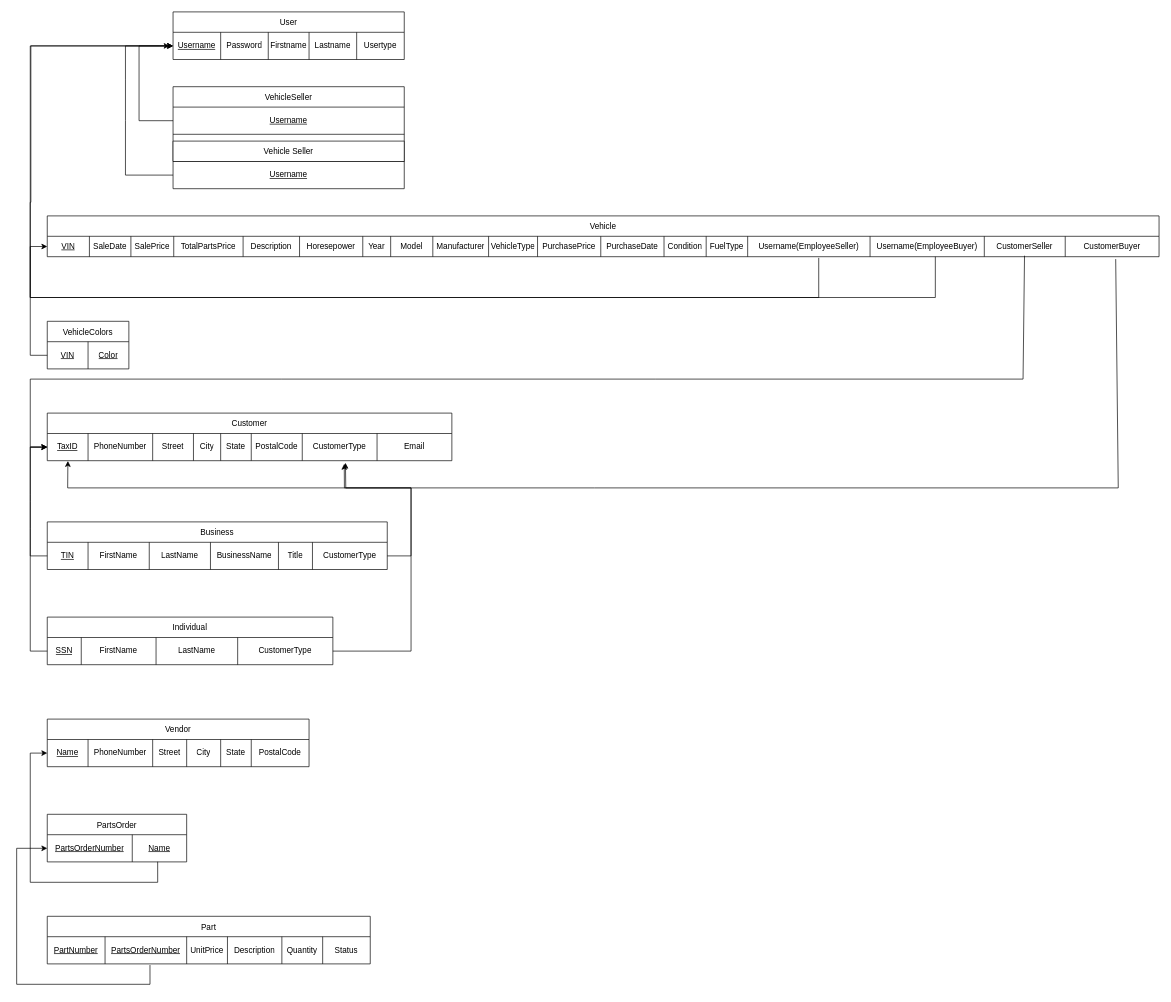
rkang427/autodb keeps this draw.io diagram as Phase_2/team006_p2_eer2rel.drawio. Above is the earlier version. Source tidied: cells renumbered, new cells numbered last; positions are measured from the earlier drawing's top-left corner, leaving out a move shared by most shapes. Both pictures are drawn from the tidied source at 68%, with x=0, y=0 at pixel (16, 12).
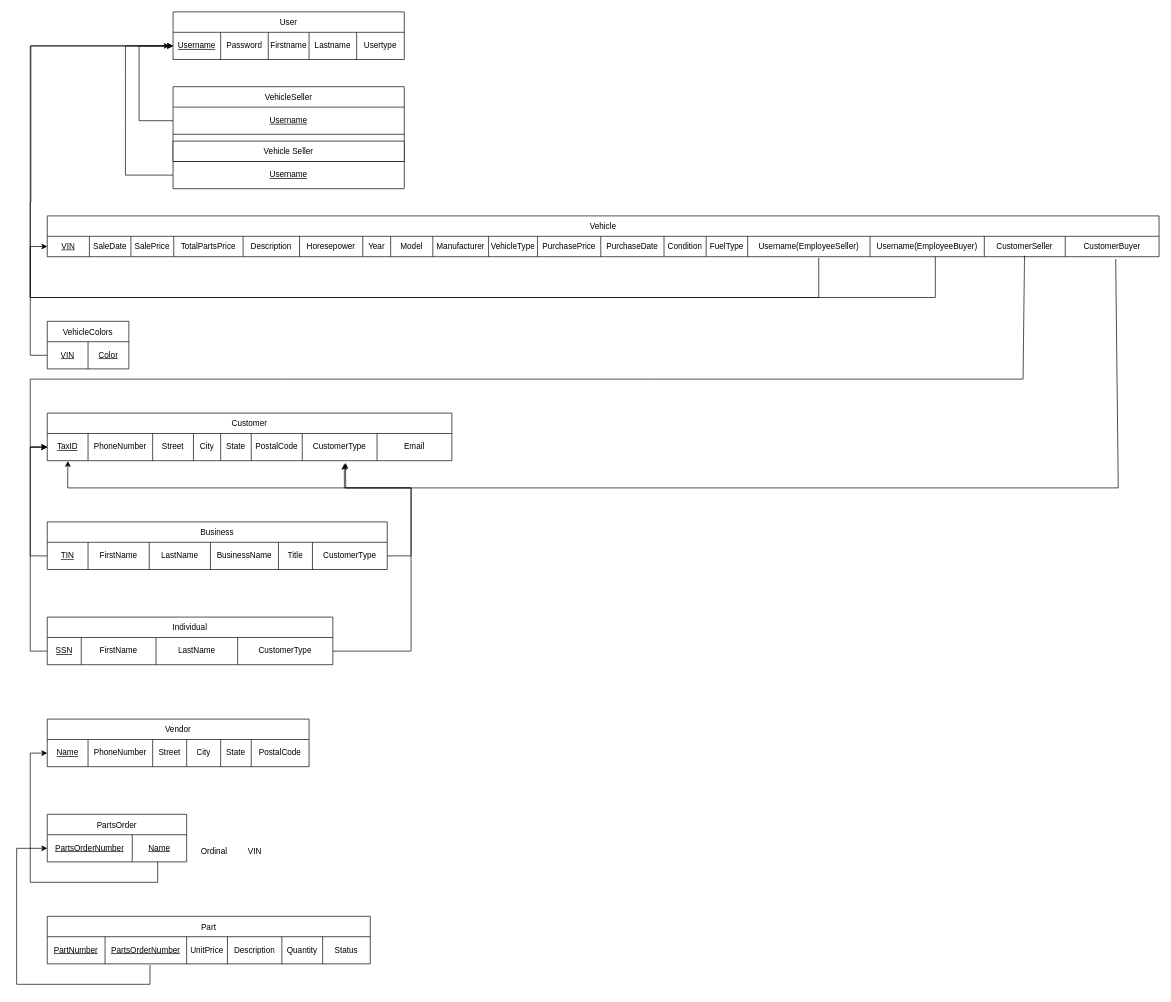
After the change.

What changed in the source:
```diff
@@
+    <mxCell id="98" value="Ordinal" style="text;html=1;align=center;verticalAlign=middle;strokeColor=none;fillColor=none;" parent="1" vertex="1">
+      <mxGeometry x="260" y="1220" width="60" height="30" as="geometry" />
+    </mxCell>
+    <mxCell id="99" value="VIN" style="text;html=1;align=center;verticalAlign=middle;strokeColor=none;fillColor=none;" parent="1" vertex="1">
+      <mxGeometry x="330" y="1220" width="40" height="30" as="geometry" />
+    </mxCell>
```
